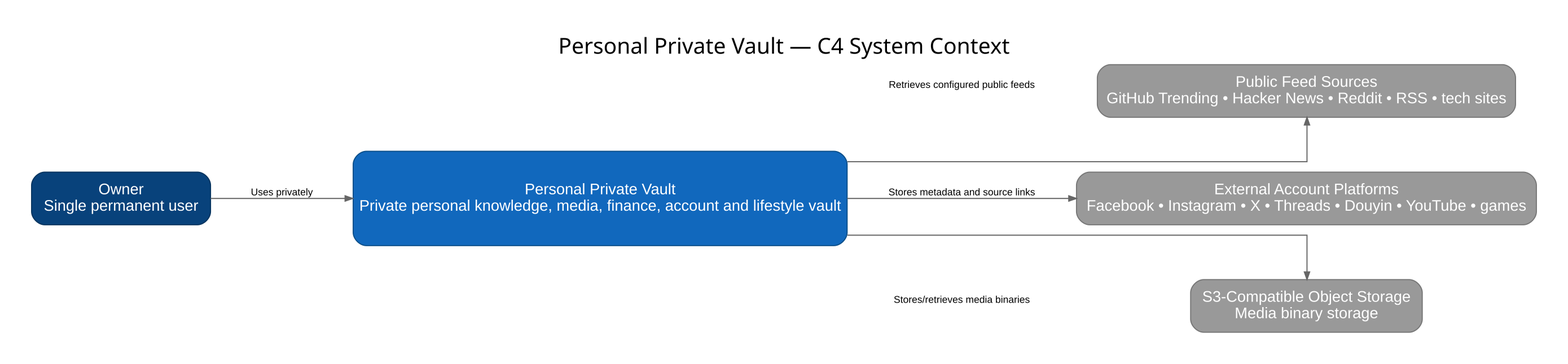
The Graphviz diagram docs/architecture/diagrams/exported/system-context.png in vhvkhangg/personal-private-vault, before a commit. Its source is kept beside it as docs/architecture/diagrams/source/system-context.dot.
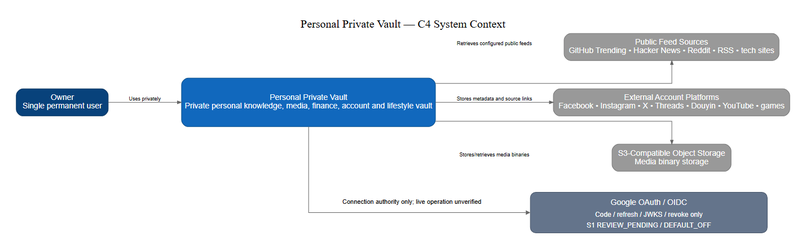
The same file after the commit.

Diff of the diagram source:
```diff
@@ -12,8 +12,10 @@
 Facebook • Instagram • X • Threads • Douyin • YouTube • games", fillcolor="#999999", fontcolor="white", color="#777777"];
  storage [label="S3-Compatible Object Storage
 Media binary storage", fillcolor="#999999", fontcolor="white", color="#777777"];
+ google [label="Google OAuth / OIDC\nCode / refresh / JWKS / revoke only\n[S1 REVIEW_PENDING / DEFAULT_OFF]", fillcolor="#999999", fontcolor="white", color="#777777"];
  owner -> vault [label="Uses privately"];
  vault -> feeds [label="Retrieves configured public feeds"];
  vault -> social [label="Stores metadata and source links"];
  vault -> storage [label="Stores/retrieves media binaries"];
+ vault -> google [label="Authorizes account & manages connection lifecycle"];
 }
```
